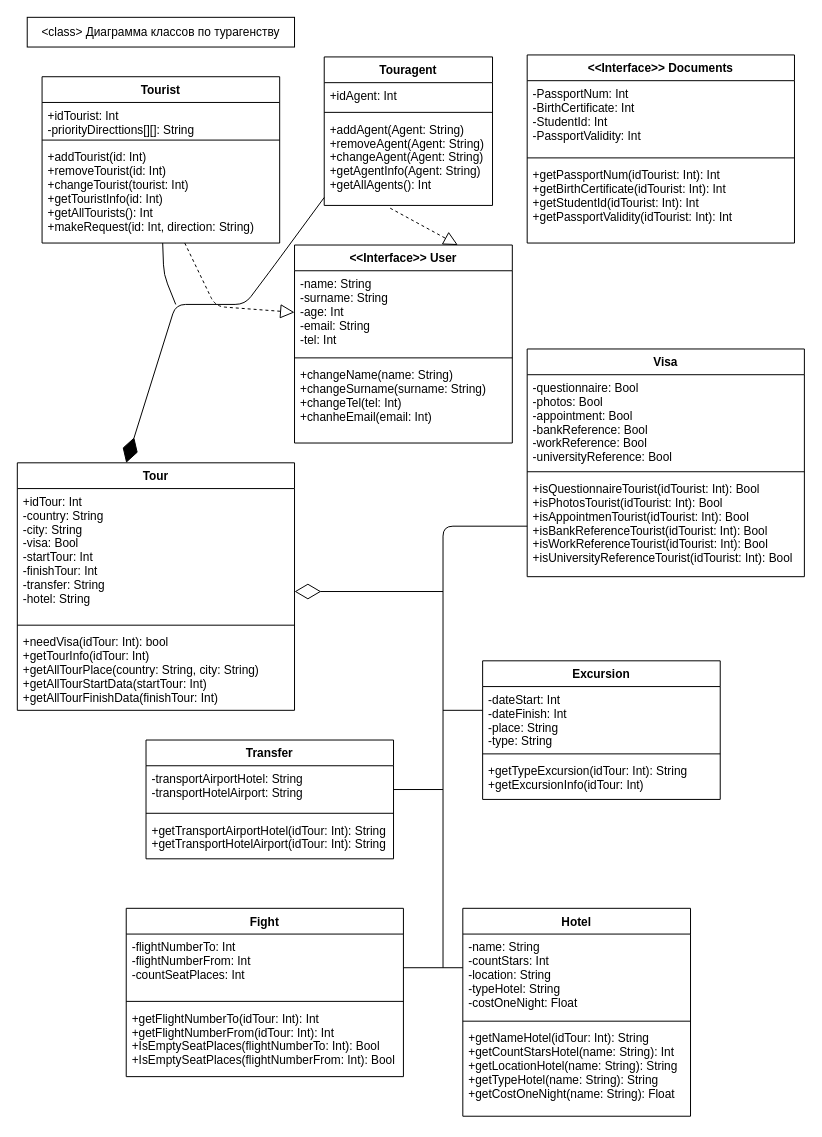
Earlier version of the draw.io diagram Untitled Diagram.drawio (f0rsunka/UML). Source tidied: cells renumbered, new cells numbered last; positions are measured from the earlier drawing's top-left corner, leaving out a move shared by most shapes. Both pictures are drawn from the tidied source at 99%, with x=0, y=0 at pixel (17, 17).
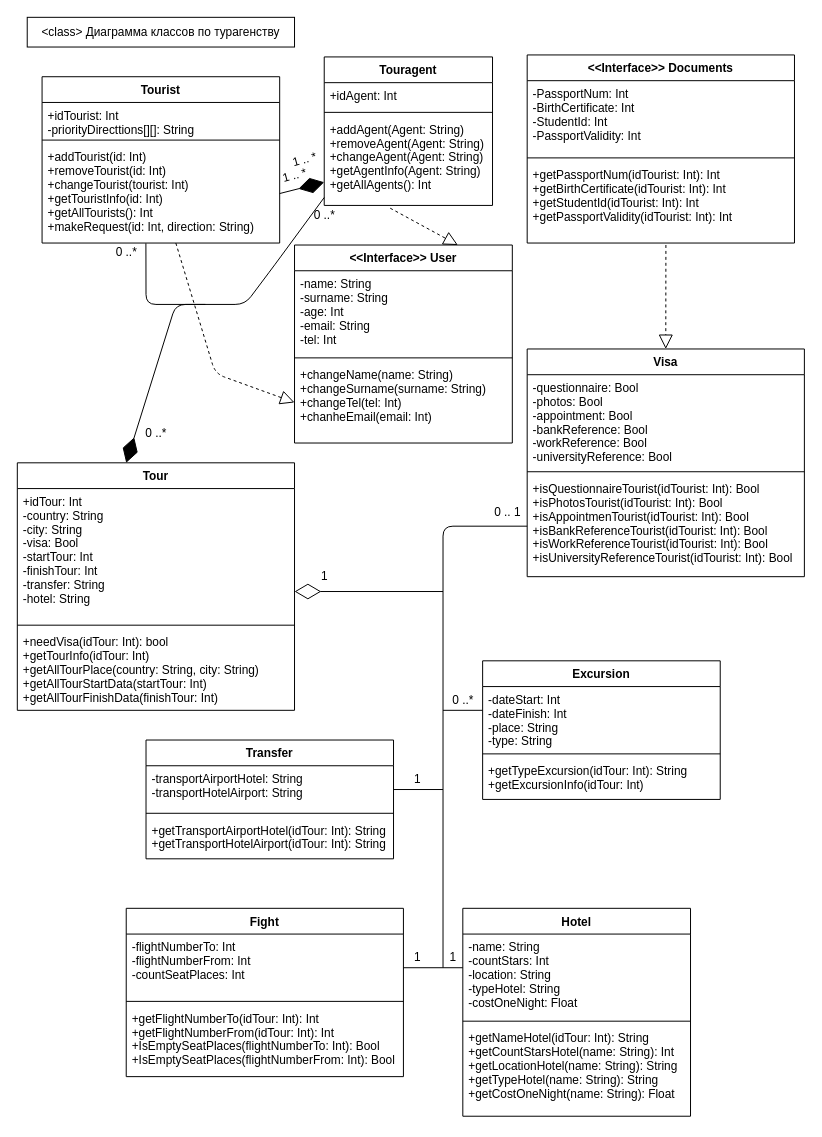
The same page after the edit.

The change refers to these unchanged cells:
```xml
<mxCell id="8" value="+addTourist(id: Int)&#10;+removeTourist(id: Int)&#10;+changeTourist(tourist: Int)&#10;+getTouristInfo(id: Int)&#10;+getAllTourists(): Int&#10;+makeRequest(id: Int, direction: String)" style="text;strokeColor=none;fillColor=none;align=left;verticalAlign=top;spacingLeft=4;spacingRight=4;overflow=hidden;points=[[0,0.5],[1,0.5]];portConstraint=eastwest;" parent="5" vertex="1">
  <mxGeometry y="68" width="240" height="100" as="geometry" />
</mxCell>
<mxCell id="12" value="+addAgent(Agent: String)&#10;+removeAgent(Agent: String)&#10;+changeAgent(Agent: String)&#10;+getAgentInfo(Agent: String)&#10;+getAllAgents(): Int" style="text;strokeColor=none;fillColor=none;align=left;verticalAlign=top;spacingLeft=4;spacingRight=4;overflow=hidden;points=[[0,0.5],[1,0.5]];portConstraint=eastwest;" parent="9" vertex="1">
  <mxGeometry y="60" width="170" height="90" as="geometry" />
</mxCell>
<mxCell id="16" value="+getPassportNum(idTourist: Int): Int&#10;+getBirthСertificate(idTourist: Int): Int&#10;+getStudentId(idTourist: Int): Int&#10;+getPassportValidity(idTourist: Int): Int" style="text;strokeColor=none;fillColor=none;align=left;verticalAlign=top;spacingLeft=4;spacingRight=4;overflow=hidden;points=[[0,0.5],[1,0.5]];portConstraint=eastwest;" parent="13" vertex="1">
  <mxGeometry y="108" width="270" height="82" as="geometry" />
</mxCell>
<mxCell id="18" value="-name: String&#10;-surname: String&#10;-age: Int&#10;-email: String&#10;-tel: Int" style="text;strokeColor=none;fillColor=none;align=left;verticalAlign=top;spacingLeft=4;spacingRight=4;overflow=hidden;points=[[0,0.5],[1,0.5]];portConstraint=eastwest;" parent="17" vertex="1">
  <mxGeometry y="26" width="220" height="84" as="geometry" />
</mxCell>
<mxCell id="20" value="+changeName(name: String)&#10;+changeSurname(surname: String)&#10;+changeTel(tel: Int)&#10;+chanheEmail(email: Int)" style="text;strokeColor=none;fillColor=none;align=left;verticalAlign=top;spacingLeft=4;spacingRight=4;overflow=hidden;points=[[0,0.5],[1,0.5]];portConstraint=eastwest;" parent="17" vertex="1">
  <mxGeometry y="118" width="220" height="82" as="geometry" />
</mxCell>
<mxCell id="21" value="Visa" style="swimlane;fontStyle=1;align=center;verticalAlign=top;horizontal=1;startSize=26;" parent="1" vertex="1">
  <mxGeometry x="515" y="335" width="280" height="230" as="geometry" />
</mxCell>
```

The edit, as a diff of the source:
```diff
@@
-    <mxCell id="3" style="endArrow=block;dashed=1;endFill=0;endSize=12;html=1;entryX=0;entryY=0.5;entryDx=0;entryDy=0;" parent="1" edge="1" source="8" target="18">
+    <mxCell id="3" style="endArrow=block;dashed=1;endFill=0;endSize=12;html=1;entryX=0;entryY=0.5;entryDx=0;entryDy=0;" parent="1" edge="1" source="8" target="20">
       <mxGeometry relative="1" as="geometry">
         <Array as="points">
-          <mxPoint x="200" y="292" />
+          <mxPoint x="200" y="360" />
         </Array>
       </mxGeometry>
     </mxCell>
@@
-    <mxCell id="51" style="endArrow=none;html=1;" parent="1" edge="1" target="8">
+    <mxCell id="51" style="endArrow=none;html=1;entryX=0.437;entryY=1.003;entryDx=0;entryDy=0;entryPerimeter=0;" parent="1" edge="1" target="8">
       <mxGeometry relative="1" as="geometry">
-        <mxPoint x="160" y="290" as="sourcePoint" />
+        <mxPoint x="190" y="290" as="sourcePoint" />
         <Array as="points">
-          <mxPoint x="148" y="260" />
+          <mxPoint x="130" y="290" />
         </Array>
       </mxGeometry>
     </mxCell>
+    <mxCell id="52" style="endArrow=block;dashed=1;endFill=0;endSize=12;html=1;exitX=0.519;exitY=1.024;exitDx=0;exitDy=0;exitPerimeter=0;entryX=0.5;entryY=0;entryDx=0;entryDy=0;" parent="1" edge="1" source="16" target="21">
+      <mxGeometry relative="1" as="geometry" />
+    </mxCell>
+    <mxCell id="53" value="0 ..*" style="text;html=1;align=center;verticalAlign=middle;" parent="1" vertex="1">
+      <mxGeometry x="120" y="410" width="40" height="20" as="geometry" />
+    </mxCell>
+    <mxCell id="54" value="0 .. 1" style="text;html=1;align=center;verticalAlign=middle;" parent="1" vertex="1">
+      <mxGeometry x="475" y="490" width="40" height="20" as="geometry" />
+    </mxCell>
+    <mxCell id="55" value="0 ..*" style="text;html=1;align=center;verticalAlign=middle;" parent="1" vertex="1">
+      <mxGeometry x="430" y="680" width="40" height="20" as="geometry" />
+    </mxCell>
+    <mxCell id="56" value="1" style="text;html=1;align=center;verticalAlign=middle;" parent="1" vertex="1">
+      <mxGeometry x="430" y="940" width="20" height="20" as="geometry" />
+    </mxCell>
+    <mxCell id="57" value="1" style="text;html=1;align=center;verticalAlign=middle;" parent="1" vertex="1">
+      <mxGeometry x="394" y="940" width="20" height="20" as="geometry" />
+    </mxCell>
+    <mxCell id="58" value="1" style="text;html=1;align=center;verticalAlign=middle;" parent="1" vertex="1">
+      <mxGeometry x="394" y="760" width="20" height="20" as="geometry" />
+    </mxCell>
+    <mxCell id="59" value="1" style="text;html=1;align=center;verticalAlign=middle;" parent="1" vertex="1">
+      <mxGeometry x="300" y="555" width="20" height="20" as="geometry" />
+    </mxCell>
+    <mxCell id="60" value="0 ..*" style="text;html=1;align=center;verticalAlign=middle;" parent="1" vertex="1">
+      <mxGeometry x="90" y="228" width="40" height="20" as="geometry" />
+    </mxCell>
+    <mxCell id="61" value="0 ..*" style="text;html=1;align=center;verticalAlign=middle;" parent="1" vertex="1">
+      <mxGeometry x="290" y="190" width="40" height="20" as="geometry" />
+    </mxCell>
+    <mxCell id="62" style="endArrow=diamondThin;endFill=1;endSize=24;html=1;exitX=1;exitY=0.5;exitDx=0;exitDy=0;" parent="1" edge="1" source="8" target="12">
+      <mxGeometry relative="1" as="geometry" />
+    </mxCell>
+    <mxCell id="63" value="1 .. *" style="text;html=1;align=center;verticalAlign=middle;rotation=-15;" parent="1" vertex="1">
+      <mxGeometry x="260" y="150" width="40" height="20" as="geometry" />
+    </mxCell>
+    <mxCell id="64" value="1 .. *" style="text;html=1;align=center;verticalAlign=middle;rotation=-15;" parent="1" vertex="1">
+      <mxGeometry x="270" y="134" width="40" height="20" as="geometry" />
+    </mxCell>
```
